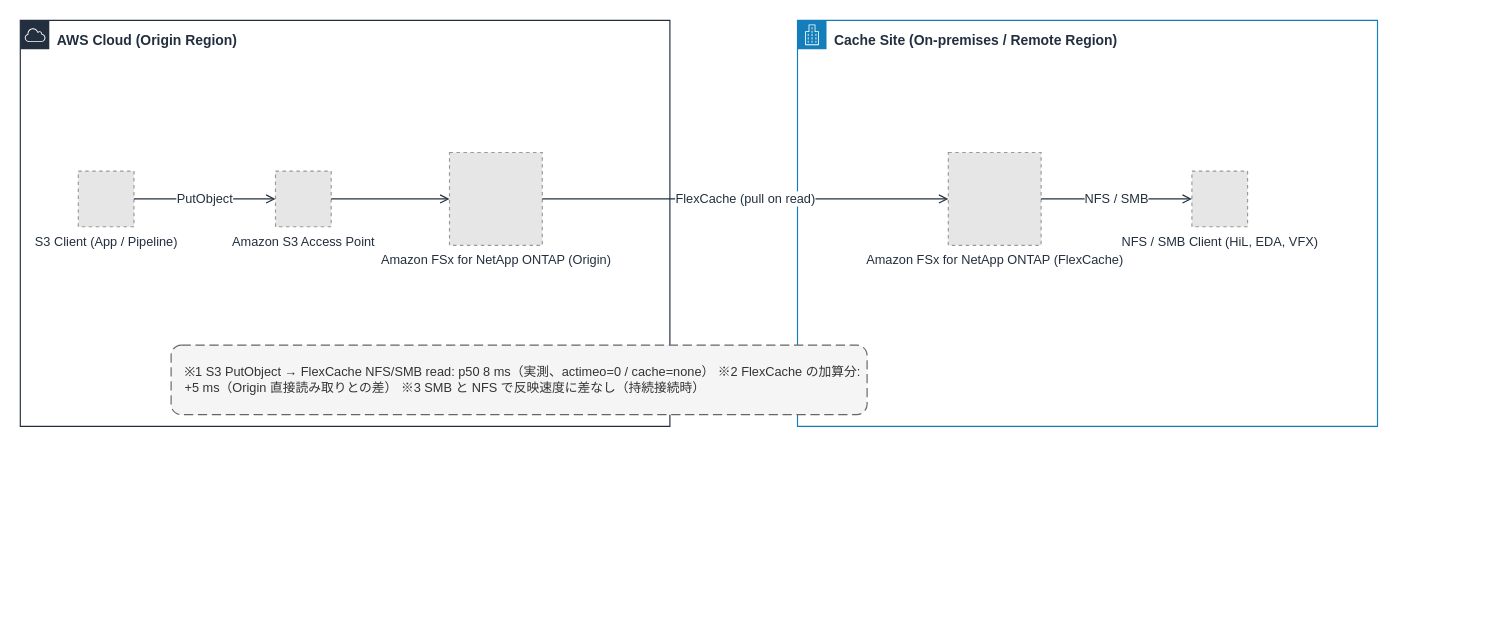
Earlier version of the draw.io diagram docs/_assets/diagrams/s3burst-architecture-overview.drawio (Yoshiki0705/S3-Burst-on-ONTAP-Files). Source tidied: cells renumbered, new cells numbered last; positions are measured from the earlier drawing's top-left corner, leaving out a move shared by most shapes. Both pictures are drawn from the tidied source at 116%, with x=0, y=0 at pixel (20, 20). Pictures stored in the file or linked from it are replaced by grey dashed boxes.
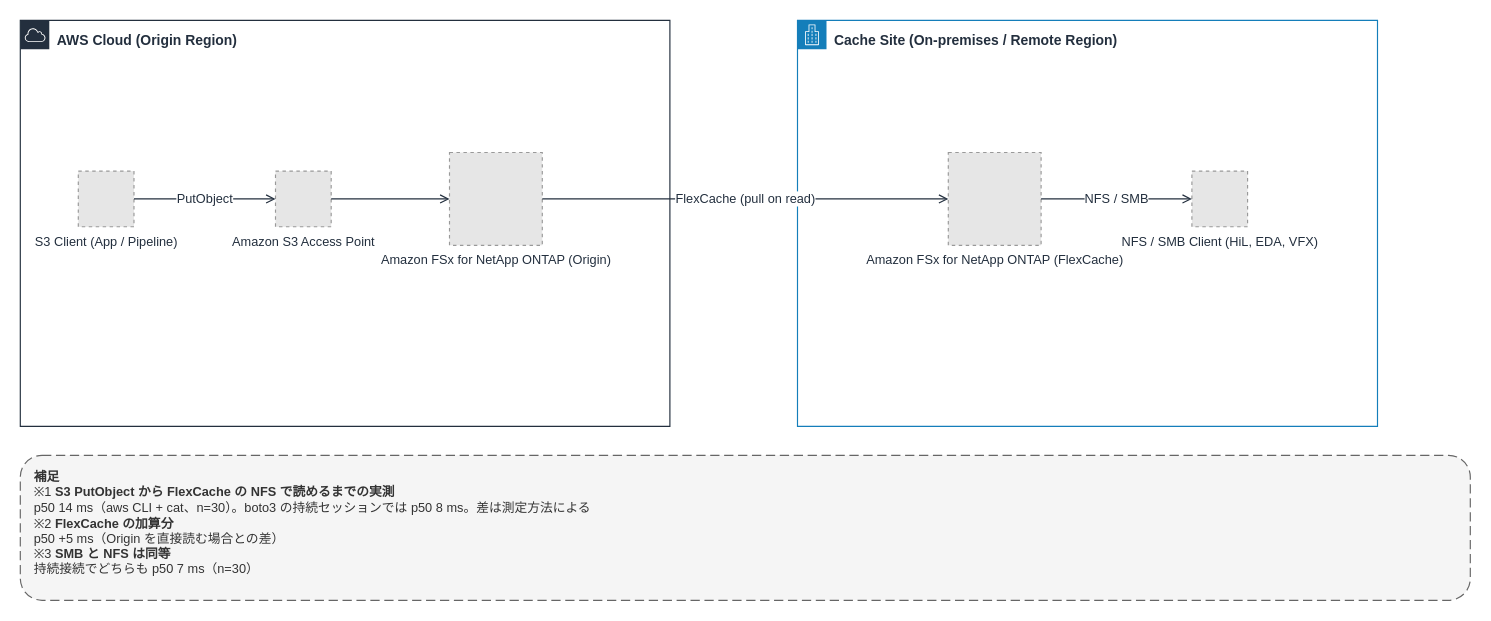
After the change.

Diff of the diagram source:
```diff
@@
 <mxGraphModel>
   <root>
     <mxCell id="0" />
     <mxCell id="1" parent="0" />
     <mxCell id="2" value="AWS Cloud (Origin Region)" style="gradientColor=none;html=1;whiteSpace=wrap;fontSize=12;fontStyle=1;fontColor=#232F3E;shape=mxgraph.aws4.group;grIcon=mxgraph.aws4.group_aws_cloud;strokeColor=#232F3E;fillColor=none;verticalAlign=top;align=left;spacingLeft=30;spacingTop=4;dashed=0;" parent="1" vertex="1">
       <mxGeometry width="560" height="350" as="geometry" />
     </mxCell>
     <mxCell id="3" value="Cache Site (On-premises / Remote Region)" style="gradientColor=none;html=1;whiteSpace=wrap;fontSize=12;fontStyle=1;fontColor=#232F3E;shape=mxgraph.aws4.group;grIcon=mxgraph.aws4.group_corporate_data_center;strokeColor=#147EBA;fillColor=none;verticalAlign=top;align=left;spacingLeft=30;spacingTop=4;dashed=0;" parent="1" vertex="1">
       <mxGeometry x="670" width="500" height="350" as="geometry" />
     </mxCell>
     <mxCell id="4" value="S3 Client (App / Pipeline)" style="fillColor=#E6E6E6;strokeColor=#999999;dashed=1;html=1;verticalLabelPosition=bottom;verticalAlign=top;labelPosition=center;align=center;fontSize=11;fontColor=#232F3E;" parent="1" vertex="1">
       <mxGeometry x="50" y="130" width="48" height="48" as="geometry" />
     </mxCell>
     <mxCell id="5" value="Amazon S3 Access Point" style="fillColor=#E6E6E6;strokeColor=#999999;dashed=1;html=1;verticalLabelPosition=bottom;verticalAlign=top;labelPosition=center;align=center;fontSize=11;fontColor=#232F3E;" parent="1" vertex="1">
       <mxGeometry x="220" y="130" width="48" height="48" as="geometry" />
     </mxCell>
     <mxCell id="6" value="Amazon FSx for NetApp ONTAP (Origin)" style="fillColor=#E6E6E6;strokeColor=#999999;dashed=1;html=1;verticalLabelPosition=bottom;verticalAlign=top;labelPosition=center;align=center;fontSize=11;fontColor=#232F3E;" parent="1" vertex="1">
       <mxGeometry x="370" y="114" width="80" height="80" as="geometry" />
     </mxCell>
     <mxCell id="7" value="Amazon FSx for NetApp ONTAP (FlexCache)" style="fillColor=#E6E6E6;strokeColor=#999999;dashed=1;html=1;verticalLabelPosition=bottom;verticalAlign=top;labelPosition=center;align=center;fontSize=11;fontColor=#232F3E;" parent="1" vertex="1">
       <mxGeometry x="800" y="114" width="80" height="80" as="geometry" />
     </mxCell>
     <mxCell id="8" value="NFS / SMB Client (HiL, EDA, VFX)" style="fillColor=#E6E6E6;strokeColor=#999999;dashed=1;html=1;verticalLabelPosition=bottom;verticalAlign=top;labelPosition=center;align=center;fontSize=11;fontColor=#232F3E;" parent="1" vertex="1">
       <mxGeometry x="1010" y="130" width="48" height="48" as="geometry" />
     </mxCell>
     <mxCell id="9" value="PutObject" style="edgeStyle=orthogonalEdgeStyle;rounded=0;html=1;endArrow=open;endFill=0;strokeColor=#232F3E;strokeWidth=1;fontSize=11;fontColor=#232F3E;" parent="1" edge="1" source="4" target="5">
       <mxGeometry relative="1" as="geometry" />
     </mxCell>
     <mxCell id="10" style="edgeStyle=orthogonalEdgeStyle;rounded=0;html=1;endArrow=open;endFill=0;strokeColor=#232F3E;strokeWidth=1;fontSize=11;fontColor=#232F3E;" parent="1" edge="1" source="5" target="6">
       <mxGeometry relative="1" as="geometry" />
     </mxCell>
     <mxCell id="11" value="FlexCache (pull on read)" style="edgeStyle=orthogonalEdgeStyle;rounded=0;html=1;endArrow=open;endFill=0;strokeColor=#232F3E;strokeWidth=1;fontSize=11;fontColor=#232F3E;" parent="1" edge="1" source="6" target="7">
       <mxGeometry relative="1" as="geometry" />
     </mxCell>
     <mxCell id="12" value="NFS / SMB" style="edgeStyle=orthogonalEdgeStyle;rounded=0;html=1;endArrow=open;endFill=0;strokeColor=#232F3E;strokeWidth=1;fontSize=11;fontColor=#232F3E;" parent="1" edge="1" source="7" target="8">
       <mxGeometry relative="1" as="geometry" />
     </mxCell>
-    <mxCell id="13" value="※1 S3 PutObject → FlexCache NFS/SMB read: p50 8 ms（実測、actimeo=0 / cache=none） ※2 FlexCache の加算分: +5 ms（Origin 直接読み取りとの差） ※3 SMB と NFS で反映速度に差なし（持続接続時）" style="rounded=1;whiteSpace=wrap;html=1;dashed=1;dashPattern=8 4;strokeColor=#666666;fillColor=#F5F5F5;fontColor=#333333;fontSize=11;align=left;verticalAlign=middle;spacingLeft=10;" parent="1" vertex="1">
-      <mxGeometry x="130" y="280" width="600" height="60" as="geometry" />
+    <mxCell id="13" value="&lt;b&gt;補足&lt;/b&gt;&lt;br&gt;※1 &lt;b&gt;S3 PutObject から FlexCache の NFS で読めるまでの実測&lt;/b&gt;&lt;br&gt;p50 14 ms（aws CLI + cat、n=30）。boto3 の持続セッションでは p50 8 ms。差は測定方法による&lt;br&gt;※2 &lt;b&gt;FlexCache の加算分&lt;/b&gt;&lt;br&gt;p50 +5 ms（Origin を直接読む場合との差）&lt;br&gt;※3 &lt;b&gt;SMB と NFS は同等&lt;/b&gt;&lt;br&gt;持続接続でどちらも p50 7 ms（n=30）" style="rounded=1;whiteSpace=wrap;html=1;dashed=1;dashPattern=8 4;strokeColor=#666666;fillColor=#F5F5F5;fontColor=#333333;fontSize=11;align=left;verticalAlign=top;spacingLeft=10;spacingTop=6;" parent="1" vertex="1">
+      <mxGeometry y="375" width="1250" height="125" as="geometry" />
     </mxCell>
   </root>
 </mxGraphModel>
```
